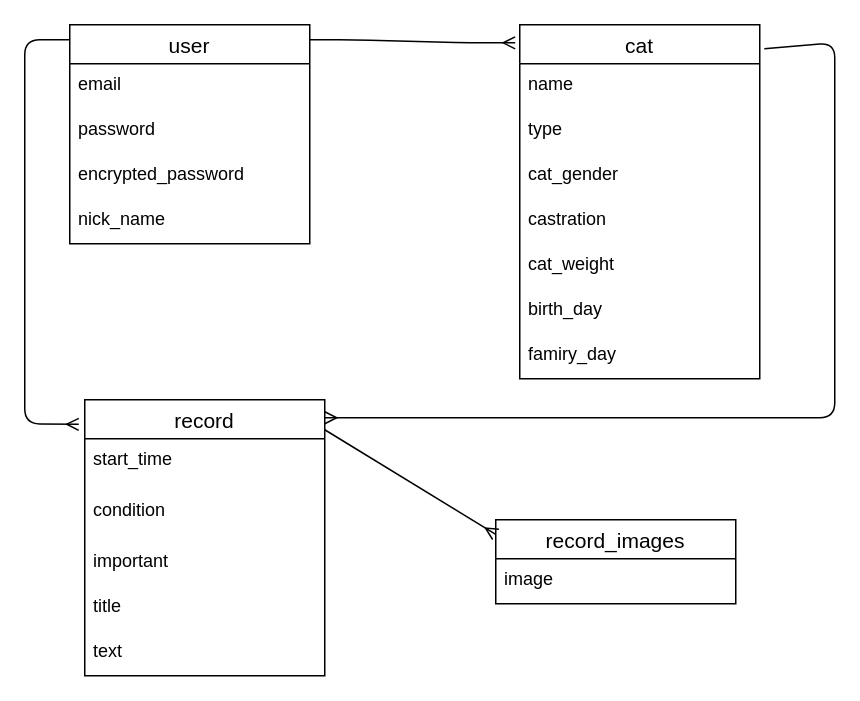
The draw.io diagram .goyangi_health.dio in tncnkncntncn/goyangi_health, before the edit. Source tidied: cells renumbered, new cells numbered last; positions are measured from the earlier drawing's top-left corner, leaving out a move shared by most shapes. Both pictures are drawn from the tidied source at 150%, with x=0, y=0 at pixel (24, 24).
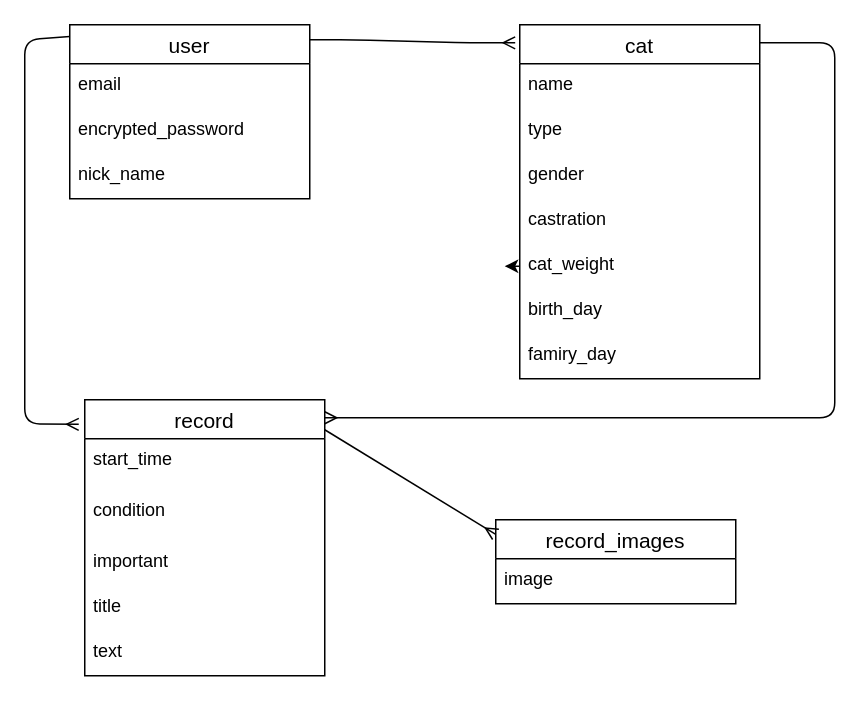
After the change.

Unchanged cells that the change refers to:
```xml
<mxCell id="7" value="cat" style="swimlane;fontStyle=0;horizontal=1;startSize=26;align=center;fontSize=14;" parent="1" vertex="1">
  <mxGeometry x="330" width="160" height="236" as="geometry" />
</mxCell>
<mxCell id="12" value="cat_weight" style="text;strokeColor=none;fillColor=none;spacingLeft=4;spacingRight=4;overflow=hidden;points=[[0,0.5],[1,0.5]];portConstraint=eastwest;fontSize=12;" parent="7" vertex="1">
  <mxGeometry y="146" width="160" height="30" as="geometry" />
</mxCell>
```

The edit, as a diff of the source:
```diff
@@
     <mxCell id="2" value="user" style="swimlane;fontStyle=0;horizontal=1;startSize=26;align=center;fontSize=14;" parent="1" vertex="1">
-      <mxGeometry x="30" width="160" height="146" as="geometry" />
+      <mxGeometry x="30" width="160" height="116" as="geometry" />
     </mxCell>
@@
-    <mxCell id="4" value="password&#10;" style="text;strokeColor=none;fillColor=none;spacingLeft=4;spacingRight=4;overflow=hidden;fontSize=12;" parent="2" vertex="1">
-      <mxGeometry y="56" width="160" height="30" as="geometry" />
-    </mxCell>
     <mxCell id="5" value="encrypted_password" style="text;strokeColor=none;fillColor=none;spacingLeft=4;spacingRight=4;overflow=hidden;fontSize=12;" parent="2" vertex="1">
-      <mxGeometry y="86" width="160" height="30" as="geometry" />
+      <mxGeometry y="56" width="160" height="30" as="geometry" />
     </mxCell>
     <mxCell id="6" value="nick_name" style="text;strokeColor=none;fillColor=none;spacingLeft=4;spacingRight=4;overflow=hidden;fontSize=12;" parent="2" vertex="1">
-      <mxGeometry y="116" width="160" height="30" as="geometry" />
+      <mxGeometry y="86" width="160" height="30" as="geometry" />
     </mxCell>
@@
-    <mxCell id="10" value="cat_gender" style="text;strokeColor=none;fillColor=none;spacingLeft=4;spacingRight=4;overflow=hidden;fontSize=12;" parent="7" vertex="1">
+    <mxCell id="10" value="gender" style="text;strokeColor=none;fillColor=none;spacingLeft=4;spacingRight=4;overflow=hidden;fontSize=12;" parent="7" vertex="1">
       <mxGeometry y="86" width="160" height="30" as="geometry" />
     </mxCell>
@@
-    <mxCell id="22" style="edgeStyle=none;html=1;endArrow=ERmany;endFill=0;exitX=1.019;exitY=0.068;exitDx=0;exitDy=0;exitPerimeter=0;" parent="1" edge="1" source="7">
+    <mxCell id="22" style="edgeStyle=none;html=1;endArrow=ERmany;endFill=0;" parent="1" edge="1">
       <mxGeometry relative="1" as="geometry">
+        <mxPoint x="490" y="12" as="sourcePoint" />
         <mxPoint x="200" y="262" as="targetPoint" />
         <Array as="points">
           <mxPoint x="540" y="12" />
           <mxPoint x="540" y="262" />
         </Array>
       </mxGeometry>
     </mxCell>
@@
+    <mxCell id="27" style="edgeStyle=none;html=1;exitX=0;exitY=0.5;exitDx=0;exitDy=0;" parent="1" edge="1" source="12">
+      <mxGeometry relative="1" as="geometry">
+        <mxPoint x="320" y="161" as="targetPoint" />
+      </mxGeometry>
+    </mxCell>
```
